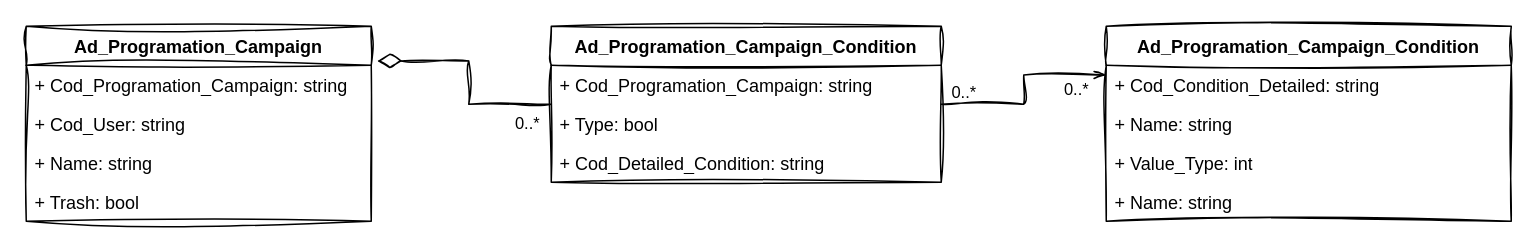
Before: page "Midia Programatica" (5 of 5) of Programatica.drawio in Vusmonth/uml, a draw.io diagram. Source tidied: cells renumbered, new cells numbered last; positions are measured from the earlier drawing's top-left corner, leaving out a move shared by most shapes. Both pictures are drawn from the tidied source at 150%, with x=0, y=0 at pixel (26, 26).
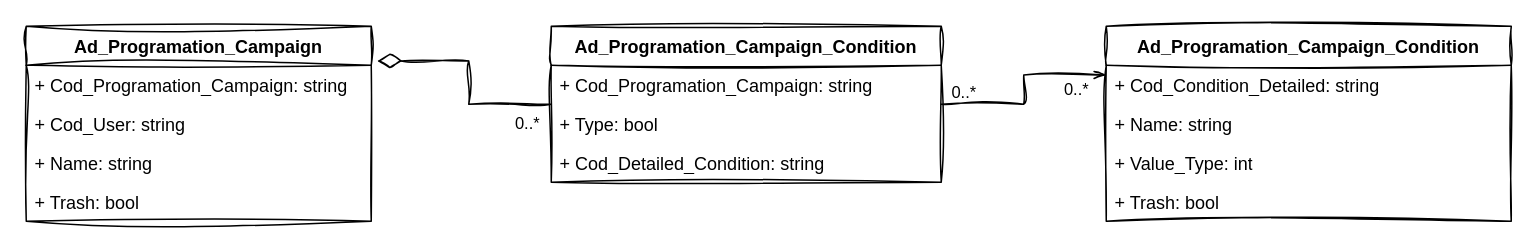
The same diagram, later.

The change refers to these unchanged cells:
```xml
<mxCell id="12" value="Ad_Programation_Campaign_Condition" style="swimlane;fontStyle=1;align=center;verticalAlign=top;horizontal=1;startSize=26;whiteSpace=wrap;html=1;sketch=1;curveFitting=1;jiggle=2;" parent="1" vertex="1">
  <mxGeometry x="720" width="270" height="130" as="geometry" />
</mxCell>
```

What changed in the source:
```diff
@@
-    <mxCell id="16" value="+ Name: string" style="text;strokeColor=none;fillColor=none;align=left;verticalAlign=top;spacingLeft=4;spacingRight=4;overflow=hidden;whiteSpace=wrap;html=1;sketch=1;curveFitting=1;jiggle=2;" parent="12" vertex="1">
-      <mxGeometry y="104" width="270" height="26" as="geometry" />
-    </mxCell>
+    <mxCell id="21" value="+ Trash: bool" style="text;strokeColor=none;fillColor=none;align=left;verticalAlign=top;spacingLeft=4;spacingRight=4;overflow=hidden;whiteSpace=wrap;html=1;sketch=1;curveFitting=1;jiggle=2;" parent="12" vertex="1">
+      <mxGeometry y="104" width="270" height="26" as="geometry" />
+    </mxCell>
```
